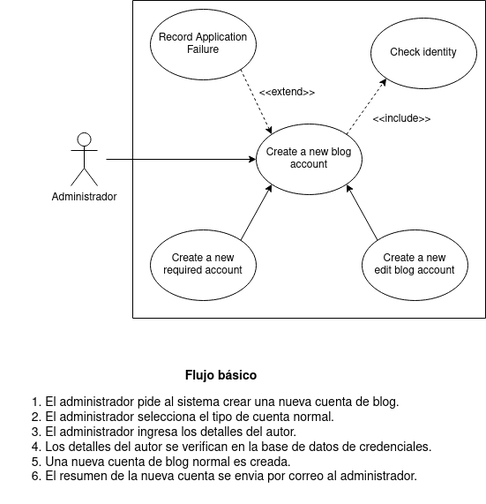
The draw.io diagram Caso de uso.png in Chugani05/entorno_de_desarrollo, before a commit. Source tidied: cells renumbered, new cells last; positions are measured from the earlier drawing's top-left corner, leaving out a move shared by most shapes. Source of this version:
```xml
<mxGraphModel>
  <root>
    <mxCell id="0" />
    <mxCell id="1" parent="0" />
    <mxCell id="2" value="Administrador" style="shape=umlActor;verticalLabelPosition=bottom;verticalAlign=top;html=1;" parent="1" vertex="1">
      <mxGeometry x="80" y="150" width="30" height="60" as="geometry" />
    </mxCell>
    <mxCell id="3" value="&lt;div&gt;Record Application Failure&lt;br&gt;&lt;/div&gt;" style="ellipse;whiteSpace=wrap;html=1;" parent="1" vertex="1">
      <mxGeometry x="170" y="10" width="120" height="80" as="geometry" />
    </mxCell>
    <mxCell id="4" value="Create a new blog account" style="ellipse;whiteSpace=wrap;html=1;" parent="1" vertex="1">
      <mxGeometry x="290" y="140" width="120" height="80" as="geometry" />
    </mxCell>
    <mxCell id="5" value="Check identity" style="ellipse;whiteSpace=wrap;html=1;" parent="1" vertex="1">
      <mxGeometry x="420" y="20" width="120" height="80" as="geometry" />
    </mxCell>
    <mxCell id="6" style="endArrow=classic;dashed=1;html=1;rounded=0;entryX=0;entryY=1;entryDx=0;entryDy=0;exitX=1;exitY=0;exitDx=0;exitDy=0;endFill=1;" parent="1" edge="1" source="4" target="5">
      <mxGeometry relative="1" as="geometry" />
    </mxCell>
    <mxCell id="7" style="endArrow=classic;dashed=1;html=1;rounded=0;entryX=0;entryY=0;entryDx=0;entryDy=0;exitX=1;exitY=1;exitDx=0;exitDy=0;endFill=1;" parent="1" edge="1" source="3" target="4">
      <mxGeometry relative="1" as="geometry" />
    </mxCell>
    <mxCell id="8" value="&lt;div&gt;Create a new&lt;/div&gt;&lt;div&gt;required account&lt;/div&gt;" style="ellipse;whiteSpace=wrap;html=1;" parent="1" vertex="1">
      <mxGeometry x="170" y="260" width="120" height="80" as="geometry" />
    </mxCell>
    <mxCell id="9" value="&lt;div&gt;Create a new&lt;/div&gt;&lt;div&gt;edit blog account&lt;br&gt;&lt;/div&gt;" style="ellipse;whiteSpace=wrap;html=1;" parent="1" vertex="1">
      <mxGeometry x="410" y="260" width="120" height="80" as="geometry" />
    </mxCell>
    <mxCell id="10" style="endArrow=classic;html=1;rounded=0;entryX=1;entryY=1;entryDx=0;entryDy=0;endFill=1;exitX=0;exitY=0;exitDx=0;exitDy=0;" parent="1" edge="1" source="9" target="4">
      <mxGeometry relative="1" as="geometry" />
    </mxCell>
    <mxCell id="11" style="endArrow=classic;html=1;rounded=0;exitX=1;exitY=0;exitDx=0;exitDy=0;entryX=0;entryY=1;entryDx=0;entryDy=0;endFill=1;" parent="1" edge="1" source="8" target="4">
      <mxGeometry relative="1" as="geometry" />
    </mxCell>
    <mxCell id="12" value="&amp;lt;&amp;lt;extend&amp;gt;&amp;gt;" style="text;html=1;align=center;verticalAlign=middle;strokeColor=none;fillColor=none;" parent="1" vertex="1">
      <mxGeometry x="280" y="90" width="90" height="30" as="geometry" />
    </mxCell>
    <mxCell id="13" value="&amp;lt;&amp;lt;include&amp;gt;&amp;gt;" style="text;html=1;align=center;verticalAlign=middle;strokeColor=none;fillColor=none;" parent="1" vertex="1">
      <mxGeometry x="410" y="120" width="90" height="30" as="geometry" />
    </mxCell>
    <mxCell id="14" style="endArrow=classic;html=1;rounded=0;entryX=0;entryY=0.5;entryDx=0;entryDy=0;" parent="1" edge="1" target="4">
      <mxGeometry relative="1" as="geometry">
        <mxPoint x="120" y="180" as="sourcePoint" />
      </mxGeometry>
    </mxCell>
    <mxCell id="15" value="&lt;div style=&quot;font-size: 14px;&quot;&gt;&lt;font style=&quot;font-size: 14px;&quot;&gt;&lt;b&gt;&lt;font style=&quot;font-size: 14px;&quot;&gt;Flujo básico&lt;/font&gt;&lt;/b&gt;&lt;/font&gt;&lt;/div&gt;&lt;div style=&quot;font-size: 14px;&quot;&gt;&lt;ol&gt;&lt;li&gt;&lt;div align=&quot;left&quot;&gt;&lt;font style=&quot;font-size: 14px;&quot;&gt;El administrador pide al sistema crear una nueva cuenta de blog.&lt;/font&gt;&lt;/div&gt;&lt;/li&gt;&lt;li&gt;&lt;div align=&quot;left&quot;&gt;&lt;font style=&quot;font-size: 14px;&quot;&gt;El administrador selecciona el tipo de cuenta normal.&lt;/font&gt;&lt;/div&gt;&lt;/li&gt;&lt;li&gt;&lt;div align=&quot;left&quot;&gt;&lt;font style=&quot;font-size: 14px;&quot;&gt;El administrador ingresa los detalles del autor.&lt;/font&gt;&lt;/div&gt;&lt;/li&gt;&lt;li&gt;&lt;div align=&quot;left&quot;&gt;&lt;font style=&quot;font-size: 14px;&quot;&gt;Los detalles del autor se verifican en la base de datos de credenciales.&lt;/font&gt;&lt;/div&gt;&lt;/li&gt;&lt;li&gt;&lt;div align=&quot;left&quot;&gt;&lt;font style=&quot;font-size: 14px;&quot;&gt;Una nueva cuenta de blog normal es creada.&lt;/font&gt;&lt;/div&gt;&lt;/li&gt;&lt;li&gt;&lt;div align=&quot;left&quot;&gt;&lt;font style=&quot;font-size: 14px;&quot;&gt;El resumen de la nueva cuenta se envia por correo al administrador.&lt;/font&gt;&lt;br&gt;&lt;/div&gt;&lt;/li&gt;&lt;/ol&gt;&lt;/div&gt;" style="text;html=1;align=center;verticalAlign=middle;strokeColor=none;fillColor=none;" parent="1" vertex="1">
      <mxGeometry y="410" width="500" height="160" as="geometry" />
    </mxCell>
    <mxCell id="16" style="swimlane;startSize=0;" parent="1" vertex="1">
      <mxGeometry x="150" width="400" height="360" as="geometry" />
    </mxCell>
  </root>
</mxGraphModel>
```
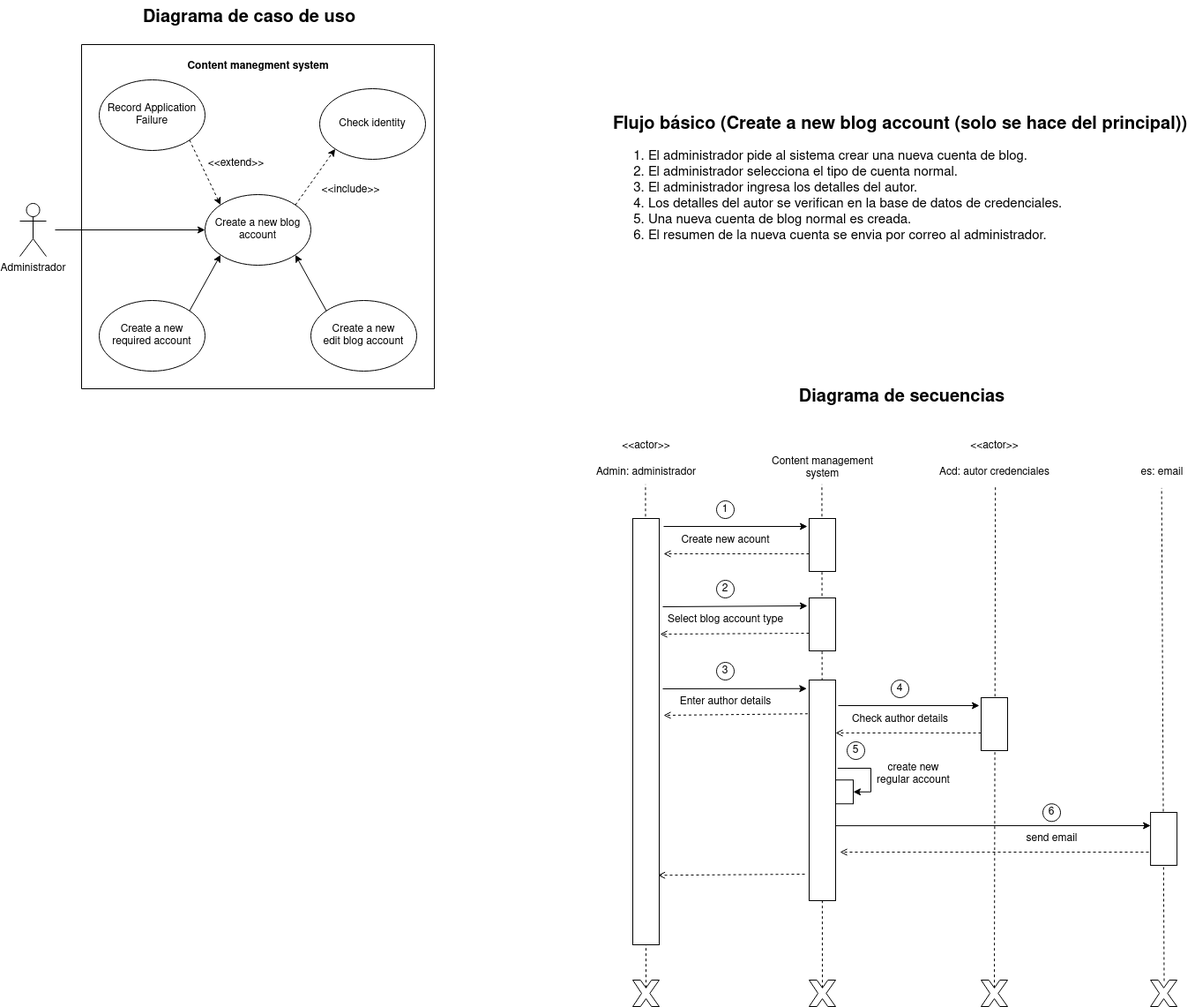
After the change.

Change to the diagram source:
```diff
@@ -43,11 +43,184 @@
         <mxPoint x="120" y="180" as="sourcePoint" />
       </mxGeometry>
     </mxCell>
-    <mxCell id="15" value="&lt;div style=&quot;font-size: 14px;&quot;&gt;&lt;font style=&quot;font-size: 14px;&quot;&gt;&lt;b&gt;&lt;font style=&quot;font-size: 14px;&quot;&gt;Flujo básico&lt;/font&gt;&lt;/b&gt;&lt;/font&gt;&lt;/div&gt;&lt;div style=&quot;font-size: 14px;&quot;&gt;&lt;ol&gt;&lt;li&gt;&lt;div align=&quot;left&quot;&gt;&lt;font style=&quot;font-size: 14px;&quot;&gt;El administrador pide al sistema crear una nueva cuenta de blog.&lt;/font&gt;&lt;/div&gt;&lt;/li&gt;&lt;li&gt;&lt;div align=&quot;left&quot;&gt;&lt;font style=&quot;font-size: 14px;&quot;&gt;El administrador selecciona el tipo de cuenta normal.&lt;/font&gt;&lt;/div&gt;&lt;/li&gt;&lt;li&gt;&lt;div align=&quot;left&quot;&gt;&lt;font style=&quot;font-size: 14px;&quot;&gt;El administrador ingresa los detalles del autor.&lt;/font&gt;&lt;/div&gt;&lt;/li&gt;&lt;li&gt;&lt;div align=&quot;left&quot;&gt;&lt;font style=&quot;font-size: 14px;&quot;&gt;Los detalles del autor se verifican en la base de datos de credenciales.&lt;/font&gt;&lt;/div&gt;&lt;/li&gt;&lt;li&gt;&lt;div align=&quot;left&quot;&gt;&lt;font style=&quot;font-size: 14px;&quot;&gt;Una nueva cuenta de blog normal es creada.&lt;/font&gt;&lt;/div&gt;&lt;/li&gt;&lt;li&gt;&lt;div align=&quot;left&quot;&gt;&lt;font style=&quot;font-size: 14px;&quot;&gt;El resumen de la nueva cuenta se envia por correo al administrador.&lt;/font&gt;&lt;br&gt;&lt;/div&gt;&lt;/li&gt;&lt;/ol&gt;&lt;/div&gt;" style="text;html=1;align=center;verticalAlign=middle;strokeColor=none;fillColor=none;" parent="1" vertex="1">
-      <mxGeometry y="410" width="500" height="160" as="geometry" />
+    <mxCell id="15" value="&lt;div style=&quot;font-size: 20px;&quot;&gt;&lt;font style=&quot;font-size: 20px;&quot;&gt;&lt;b&gt;&lt;font style=&quot;font-size: 20px;&quot;&gt;Flujo básico (Create a new blog account (solo se hace del principal))&lt;br&gt;&lt;/font&gt;&lt;/b&gt;&lt;/font&gt;&lt;/div&gt;&lt;div style=&quot;font-size: 15px;&quot;&gt;&lt;ol&gt;&lt;li&gt;&lt;div align=&quot;left&quot;&gt;&lt;font style=&quot;font-size: 15px;&quot;&gt;El administrador pide al sistema crear una nueva cuenta de blog.&lt;/font&gt;&lt;/div&gt;&lt;/li&gt;&lt;li&gt;&lt;div align=&quot;left&quot;&gt;&lt;font style=&quot;font-size: 15px;&quot;&gt;El administrador selecciona el tipo de cuenta normal.&lt;/font&gt;&lt;/div&gt;&lt;/li&gt;&lt;li&gt;&lt;div align=&quot;left&quot;&gt;&lt;font style=&quot;font-size: 15px;&quot;&gt;El administrador ingresa los detalles del autor.&lt;/font&gt;&lt;/div&gt;&lt;/li&gt;&lt;li&gt;&lt;div align=&quot;left&quot;&gt;&lt;font style=&quot;font-size: 15px;&quot;&gt;Los detalles del autor se verifican en la base de datos de credenciales.&lt;/font&gt;&lt;/div&gt;&lt;/li&gt;&lt;li&gt;&lt;div align=&quot;left&quot;&gt;&lt;font style=&quot;font-size: 15px;&quot;&gt;Una nueva cuenta de blog normal es creada.&lt;/font&gt;&lt;/div&gt;&lt;/li&gt;&lt;li&gt;&lt;div align=&quot;left&quot;&gt;&lt;font style=&quot;font-size: 15px;&quot;&gt;El resumen de la nueva cuenta se envia por correo al administrador.&lt;/font&gt;&lt;br&gt;&lt;/div&gt;&lt;/li&gt;&lt;/ol&gt;&lt;/div&gt;" style="text;html=1;align=center;verticalAlign=middle;strokeColor=none;fillColor=none;" parent="1" vertex="1">
+      <mxGeometry x="743" y="40" width="670" height="180" as="geometry" />
     </mxCell>
     <mxCell id="16" style="swimlane;startSize=0;" parent="1" vertex="1">
-      <mxGeometry x="150" width="400" height="360" as="geometry" />
+      <mxGeometry x="150" y="-30" width="400" height="390" as="geometry" />
     </mxCell>
+    <mxCell id="17" value="&lt;b&gt;Content manegment system&lt;br&gt;&lt;/b&gt;" style="text;html=1;align=center;verticalAlign=middle;strokeColor=none;fillColor=none;" parent="16" vertex="1">
+      <mxGeometry x="110" y="10" width="180" height="30" as="geometry" />
+    </mxCell>
+    <mxCell id="18" value="&amp;lt;&amp;lt;actor&amp;gt;&amp;gt;" style="text;html=1;align=center;verticalAlign=middle;strokeColor=none;fillColor=none;" parent="1" vertex="1">
+      <mxGeometry x="750" y="410" width="80" height="30" as="geometry" />
+    </mxCell>
+    <mxCell id="19" value="Admin: administrador" style="text;html=1;align=center;verticalAlign=middle;points=[];strokeColor=none;fillColor=none;" parent="1" vertex="1">
+      <mxGeometry x="720" y="440" width="140" height="30" as="geometry" />
+    </mxCell>
+    <mxCell id="20" value="Create new acount" style="text;html=1;align=center;verticalAlign=middle;strokeColor=none;fillColor=none;" parent="1" vertex="1">
+      <mxGeometry x="820" y="517" width="120" height="30" as="geometry" />
+    </mxCell>
+    <mxCell id="21" style="endArrow=classic;html=1;rounded=0;entryX=0.15;entryY=1.067;entryDx=0;entryDy=0;entryPerimeter=0;" parent="1" edge="1" target="49">
+      <mxGeometry relative="1" as="geometry">
+        <mxPoint x="810" y="516" as="sourcePoint" />
+      </mxGeometry>
+    </mxCell>
+    <mxCell id="22" style="endArrow=open;dashed=1;html=1;rounded=0;endFill=0;exitX=0.667;exitY=1;exitDx=0;exitDy=0;exitPerimeter=0;" parent="1" edge="1" source="49">
+      <mxGeometry relative="1" as="geometry">
+        <mxPoint x="810" y="547" as="targetPoint" />
+      </mxGeometry>
+    </mxCell>
+    <mxCell id="23" value="1" style="ellipse;whiteSpace=wrap;html=1;" parent="1" vertex="1">
+      <mxGeometry x="870" y="487" width="20" height="20" as="geometry" />
+    </mxCell>
+    <mxCell id="24" value="Select blog account type" style="text;html=1;align=center;verticalAlign=middle;strokeColor=none;fillColor=none;" parent="1" vertex="1">
+      <mxGeometry x="805" y="607" width="150" height="30" as="geometry" />
+    </mxCell>
+    <mxCell id="25" style="endArrow=classic;html=1;rounded=0;exitX=0.038;exitY=-0.133;exitDx=0;exitDy=0;exitPerimeter=0;entryX=0.15;entryY=1.067;entryDx=0;entryDy=0;entryPerimeter=0;" parent="1" edge="1" target="48">
+      <mxGeometry relative="1" as="geometry">
+        <mxPoint x="809" y="607" as="sourcePoint" />
+      </mxGeometry>
+    </mxCell>
+    <mxCell id="26" style="endArrow=open;dashed=1;html=1;rounded=0;endFill=0;exitX=0.667;exitY=1;exitDx=0;exitDy=0;exitPerimeter=0;entryX=0.157;entryY=-0.038;entryDx=0;entryDy=0;entryPerimeter=0;" parent="1" edge="1" source="48">
+      <mxGeometry relative="1" as="geometry">
+        <mxPoint x="806" y="638" as="targetPoint" />
+      </mxGeometry>
+    </mxCell>
+    <mxCell id="27" value="2" style="ellipse;whiteSpace=wrap;html=1;" parent="1" vertex="1">
+      <mxGeometry x="870" y="577" width="20" height="20" as="geometry" />
+    </mxCell>
+    <mxCell id="28" value="&lt;b&gt;&lt;font style=&quot;font-size: 20px;&quot;&gt;Diagrama de caso de uso&lt;/font&gt;&lt;/b&gt;" style="text;html=1;align=center;verticalAlign=middle;strokeColor=none;fillColor=none;" parent="1" vertex="1">
+      <mxGeometry x="210" y="-80" width="260" height="40" as="geometry" />
+    </mxCell>
+    <mxCell id="29" value="&lt;b&gt;&lt;font style=&quot;font-size: 20px;&quot;&gt;Diagrama de secuencias&lt;/font&gt;&lt;/b&gt;" style="text;html=1;align=center;verticalAlign=middle;strokeColor=none;fillColor=none;" parent="1" vertex="1">
+      <mxGeometry x="950" y="350" width="260" height="40" as="geometry" />
+    </mxCell>
+    <mxCell id="30" value="Enter author details" style="text;html=1;align=center;verticalAlign=middle;strokeColor=none;fillColor=none;" parent="1" vertex="1">
+      <mxGeometry x="815" y="700" width="130" height="30" as="geometry" />
+    </mxCell>
+    <mxCell id="31" style="endArrow=classic;html=1;rounded=0;exitX=0.038;exitY=-0.133;exitDx=0;exitDy=0;exitPerimeter=0;entryX=0.039;entryY=1.09;entryDx=0;entryDy=0;entryPerimeter=0;" parent="1" edge="1" target="47">
+      <mxGeometry relative="1" as="geometry">
+        <mxPoint x="809" y="700" as="sourcePoint" />
+      </mxGeometry>
+    </mxCell>
+    <mxCell id="32" style="endArrow=open;dashed=1;html=1;rounded=0;endFill=0;exitX=0.153;exitY=1.051;exitDx=0;exitDy=0;exitPerimeter=0;" parent="1" edge="1" source="47">
+      <mxGeometry relative="1" as="geometry">
+        <mxPoint x="810" y="730" as="targetPoint" />
+      </mxGeometry>
+    </mxCell>
+    <mxCell id="33" value="3" style="ellipse;whiteSpace=wrap;html=1;" parent="1" vertex="1">
+      <mxGeometry x="870" y="670" width="20" height="20" as="geometry" />
+    </mxCell>
+    <mxCell id="34" value="Check author details" style="text;html=1;align=center;verticalAlign=middle;strokeColor=none;fillColor=none;" parent="1" vertex="1">
+      <mxGeometry x="1013" y="720" width="130" height="30" as="geometry" />
+    </mxCell>
+    <mxCell id="35" style="endArrow=classic;html=1;rounded=0;entryX=0.15;entryY=1.067;entryDx=0;entryDy=0;entryPerimeter=0;" parent="1" edge="1" target="64">
+      <mxGeometry relative="1" as="geometry">
+        <mxPoint x="1008" y="719" as="sourcePoint" />
+      </mxGeometry>
+    </mxCell>
+    <mxCell id="36" style="endArrow=open;dashed=1;html=1;rounded=0;endFill=0;exitX=0.667;exitY=1;exitDx=0;exitDy=0;exitPerimeter=0;entryX=0.121;entryY=-0.063;entryDx=0;entryDy=0;entryPerimeter=0;" parent="1" edge="1" source="64">
+      <mxGeometry relative="1" as="geometry">
+        <mxPoint x="1005" y="750" as="targetPoint" />
+      </mxGeometry>
+    </mxCell>
+    <mxCell id="37" value="4" style="ellipse;whiteSpace=wrap;html=1;" parent="1" vertex="1">
+      <mxGeometry x="1068" y="690" width="20" height="20" as="geometry" />
+    </mxCell>
+    <mxCell id="38" style="edgeStyle=orthogonalEdgeStyle;rounded=0;jettySize=auto;html=1;exitX=1;exitY=0.5;exitDx=0;exitDy=0;entryX=0.542;entryY=-0.078;entryDx=0;entryDy=0;entryPerimeter=0;startArrow=classic;startFill=1;endArrow=none;endFill=0;" parent="1" edge="1" source="39">
+      <mxGeometry relative="1" as="geometry">
+        <mxPoint x="1007.3" y="790" as="targetPoint" />
+        <Array as="points">
+          <mxPoint x="1045" y="817.3" />
+          <mxPoint x="1045" y="790.3" />
+        </Array>
+      </mxGeometry>
+    </mxCell>
+    <mxCell id="39" style="rounded=0;whiteSpace=wrap;html=1;" parent="1" vertex="1">
+      <mxGeometry x="1005" y="803.3" width="20" height="27" as="geometry" />
+    </mxCell>
+    <mxCell id="40" value="5" style="ellipse;whiteSpace=wrap;html=1;" parent="1" vertex="1">
+      <mxGeometry x="1018" y="760" width="20" height="20" as="geometry" />
+    </mxCell>
+    <mxCell id="41" value="&lt;div&gt;create new&lt;/div&gt;&lt;div&gt;regular account&lt;/div&gt;" style="text;html=1;align=center;verticalAlign=middle;strokeColor=none;fillColor=none;" parent="1" vertex="1">
+      <mxGeometry x="1038" y="777" width="110" height="40" as="geometry" />
+    </mxCell>
+    <mxCell id="42" value="6" style="ellipse;whiteSpace=wrap;html=1;" parent="1" vertex="1">
+      <mxGeometry x="1240" y="830.3" width="20" height="20" as="geometry" />
+    </mxCell>
+    <mxCell id="43" style="verticalLabelPosition=bottom;verticalAlign=top;html=1;shape=mxgraph.basic.x;" parent="1" vertex="1">
+      <mxGeometry x="975" y="1030" width="30" height="30" as="geometry" />
+    </mxCell>
+    <mxCell id="44" style="verticalLabelPosition=bottom;verticalAlign=top;html=1;shape=mxgraph.basic.x;" parent="1" vertex="1">
+      <mxGeometry x="775" y="1030" width="30" height="30" as="geometry" />
+    </mxCell>
+    <mxCell id="45" value="&lt;div&gt;Content management&lt;/div&gt;&lt;div&gt;system&lt;/div&gt;" style="text;html=1;align=center;verticalAlign=middle;points=[];strokeColor=none;fillColor=none;" parent="1" vertex="1">
+      <mxGeometry x="920" y="430" width="140" height="40" as="geometry" />
+    </mxCell>
+    <mxCell id="46" style="endArrow=none;dashed=1;html=1;rounded=0;entryX=0.496;entryY=0.958;entryDx=0;entryDy=0;entryPerimeter=0;exitX=0.5;exitY=0.29;exitDx=0;exitDy=0;exitPerimeter=0;verticalAlign=bottom;" parent="1" edge="1" source="43" target="45">
+      <mxGeometry relative="1" as="geometry" />
+    </mxCell>
+    <mxCell id="47" style="rounded=0;whiteSpace=wrap;html=1;direction=south;gradientColor=none;fillColor=default;horizontal=1;verticalAlign=top;labelPosition=left;verticalLabelPosition=top;align=right;" parent="1" vertex="1">
+      <mxGeometry x="975" y="690" width="30" height="250" as="geometry" />
+    </mxCell>
+    <mxCell id="48" style="rounded=0;whiteSpace=wrap;html=1;direction=south;verticalAlign=top;" parent="1" vertex="1">
+      <mxGeometry x="975" y="597" width="30" height="60" as="geometry" />
+    </mxCell>
+    <mxCell id="49" style="rounded=0;whiteSpace=wrap;html=1;direction=south;verticalAlign=top;" parent="1" vertex="1">
+      <mxGeometry x="975" y="507" width="30" height="60" as="geometry" />
+    </mxCell>
+    <mxCell id="50" style="endArrow=none;dashed=1;html=1;rounded=0;entryX=0.496;entryY=0.944;entryDx=0;entryDy=0;entryPerimeter=0;exitX=0.5;exitY=0.29;exitDx=0;exitDy=0;exitPerimeter=0;" parent="1" edge="1" source="44" target="19">
+      <mxGeometry relative="1" as="geometry" />
+    </mxCell>
+    <mxCell id="51" style="rounded=0;whiteSpace=wrap;html=1;direction=south;" parent="1" vertex="1">
+      <mxGeometry x="775" y="507" width="30" height="483" as="geometry" />
+    </mxCell>
+    <mxCell id="52" value="&amp;lt;&amp;lt;actor&amp;gt;&amp;gt;" style="text;html=1;align=center;verticalAlign=middle;strokeColor=none;fillColor=none;" parent="1" vertex="1">
+      <mxGeometry x="1145" y="410" width="80" height="30" as="geometry" />
+    </mxCell>
+    <mxCell id="53" value="Acd: autor credenciales" style="text;html=1;align=center;verticalAlign=middle;points=[];strokeColor=none;fillColor=none;" parent="1" vertex="1">
+      <mxGeometry x="1110" y="440" width="150" height="30" as="geometry" />
+    </mxCell>
+    <mxCell id="54" style="endArrow=classic;html=1;rounded=0;entryX=0.25;entryY=1;entryDx=0;entryDy=0;startArrow=none;startFill=0;endFill=1;exitX=0.946;exitY=0.07;exitDx=0;exitDy=0;exitPerimeter=0;" parent="1" edge="1" target="63">
+      <mxGeometry relative="1" as="geometry">
+        <mxPoint x="1005" y="855.1" as="sourcePoint" />
+      </mxGeometry>
+    </mxCell>
+    <mxCell id="55" value="es: email" style="text;html=1;align=center;verticalAlign=middle;points=[];strokeColor=none;fillColor=none;" parent="1" vertex="1">
+      <mxGeometry x="1340" y="440" width="70" height="30" as="geometry" />
+    </mxCell>
+    <mxCell id="56" style="verticalLabelPosition=bottom;verticalAlign=top;html=1;shape=mxgraph.basic.x;" parent="1" vertex="1">
+      <mxGeometry x="1170" y="1030" width="30" height="30" as="geometry" />
+    </mxCell>
+    <mxCell id="57" style="verticalLabelPosition=bottom;verticalAlign=top;html=1;shape=mxgraph.basic.x;" parent="1" vertex="1">
+      <mxGeometry x="1362.1" y="1030" width="30" height="30" as="geometry" />
+    </mxCell>
+    <mxCell id="58" style="endArrow=none;dashed=1;html=1;rounded=0;entryX=0.508;entryY=0.972;entryDx=0;entryDy=0;entryPerimeter=0;exitX=0.5;exitY=0.29;exitDx=0;exitDy=0;exitPerimeter=0;" parent="1" edge="1" source="56" target="53">
+      <mxGeometry relative="1" as="geometry" />
+    </mxCell>
+    <mxCell id="59" value="send email" style="text;html=1;align=center;verticalAlign=middle;strokeColor=none;fillColor=none;" parent="1" vertex="1">
+      <mxGeometry x="1210" y="855" width="80" height="30" as="geometry" />
+    </mxCell>
+    <mxCell id="60" style="endArrow=open;dashed=1;html=1;rounded=0;endFill=0;" parent="1" edge="1">
+      <mxGeometry relative="1" as="geometry">
+        <mxPoint x="1360" y="885" as="sourcePoint" />
+        <mxPoint x="1010" y="885" as="targetPoint" />
+      </mxGeometry>
+    </mxCell>
+    <mxCell id="61" style="endArrow=open;dashed=1;html=1;rounded=0;endFill=0;entryX=0.837;entryY=0.049;entryDx=0;entryDy=0;entryPerimeter=0;" parent="1" edge="1" target="51">
+      <mxGeometry relative="1" as="geometry">
+        <mxPoint x="970" y="910" as="sourcePoint" />
+      </mxGeometry>
+    </mxCell>
+    <mxCell id="62" style="endArrow=none;dashed=1;html=1;rounded=0;entryX=0.495;entryY=1.08;entryDx=0;entryDy=0;entryPerimeter=0;exitX=0.514;exitY=0.033;exitDx=0;exitDy=0;exitPerimeter=0;" parent="1" edge="1" source="57" target="55">
+      <mxGeometry relative="1" as="geometry" />
+    </mxCell>
+    <mxCell id="63" style="rounded=0;whiteSpace=wrap;html=1;direction=south;" parent="1" vertex="1">
+      <mxGeometry x="1362.1" y="840" width="30" height="60" as="geometry" />
+    </mxCell>
+    <mxCell id="64" style="rounded=0;whiteSpace=wrap;html=1;direction=south;" parent="1" vertex="1">
+      <mxGeometry x="1170" y="710" width="30" height="60" as="geometry" />
+    </mxCell>
   </root>
 </mxGraphModel>
```
